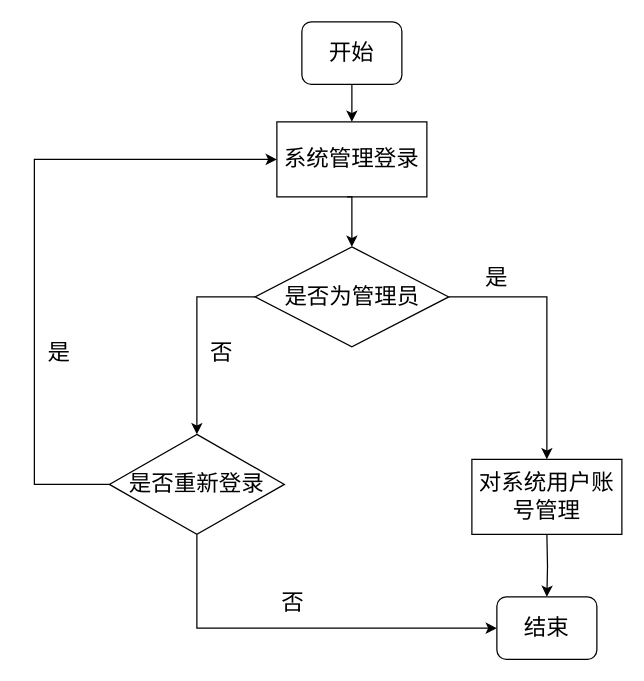
Before: 用户管理模块.drawio in gitofding/first_repository, a draw.io diagram. Source tidied: cells renumbered, new cells numbered last; positions are measured from the earlier drawing's top-left corner, leaving out a move shared by most shapes. Both pictures are drawn from the tidied source at 125%, with x=0, y=0 at pixel (21, 21).
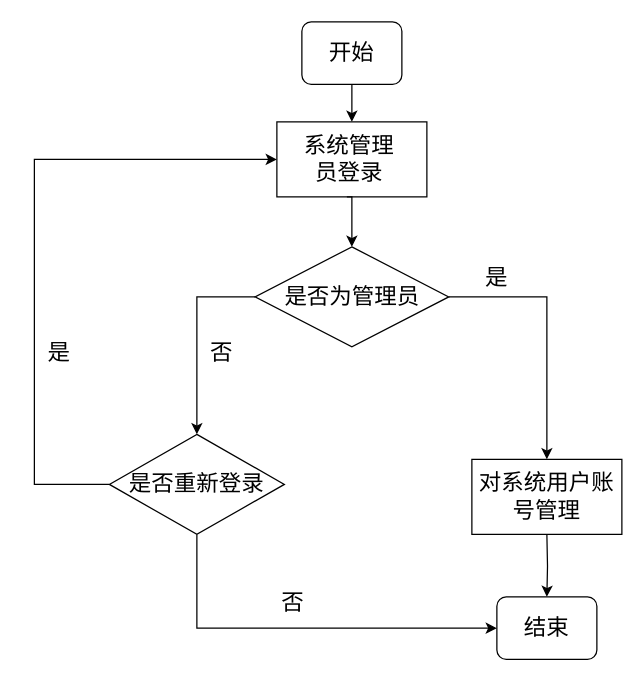
Above is the later version.

Commit message (it also covers changes not shown here):
Update 用户管理模块.drawio

The edit, as a diff of the source:
```diff
@@
-    <mxCell id="4" value="系统管理登录" style="rounded=0;whiteSpace=wrap;html=1;fontSize=18;" parent="1" vertex="1">
+    <mxCell id="4" style="rounded=0;whiteSpace=wrap;html=1;fontSize=18;" parent="1" vertex="1">
       <mxGeometry x="204" y="80" width="120" height="60" as="geometry" />
     </mxCell>
@@
+    <mxCell id="19" value="系统管理员登录" style="text;html=1;strokeColor=none;fillColor=none;align=center;verticalAlign=middle;whiteSpace=wrap;rounded=0;fontSize=18;" parent="1" vertex="1">
+      <mxGeometry x="224" y="95" width="76" height="30" as="geometry" />
+    </mxCell>
```
